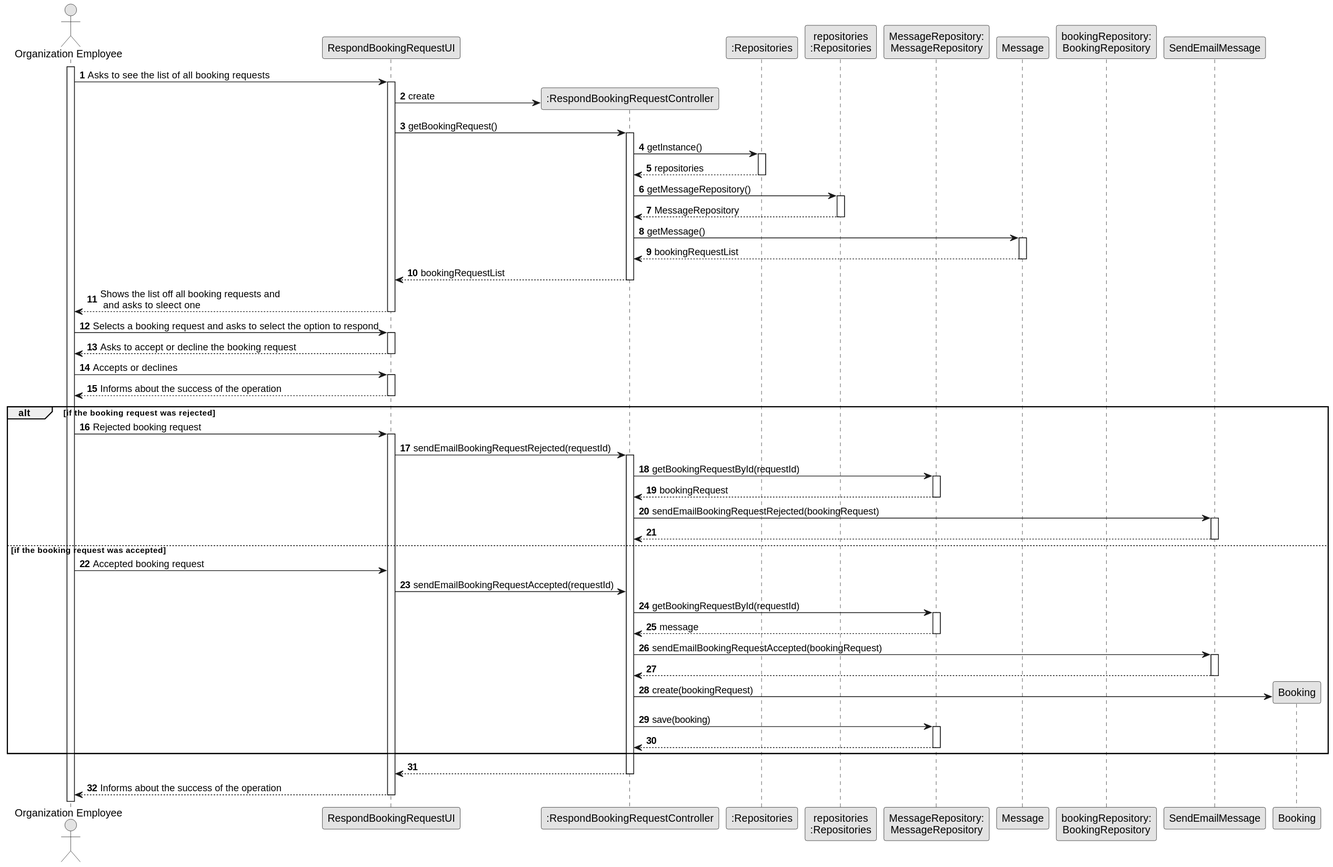
The PlantUML diagram docs/sprintD/us016/03.design/svg/us016-sequence-diagram-full.svg in 1220812/LAPR2, before a commit.
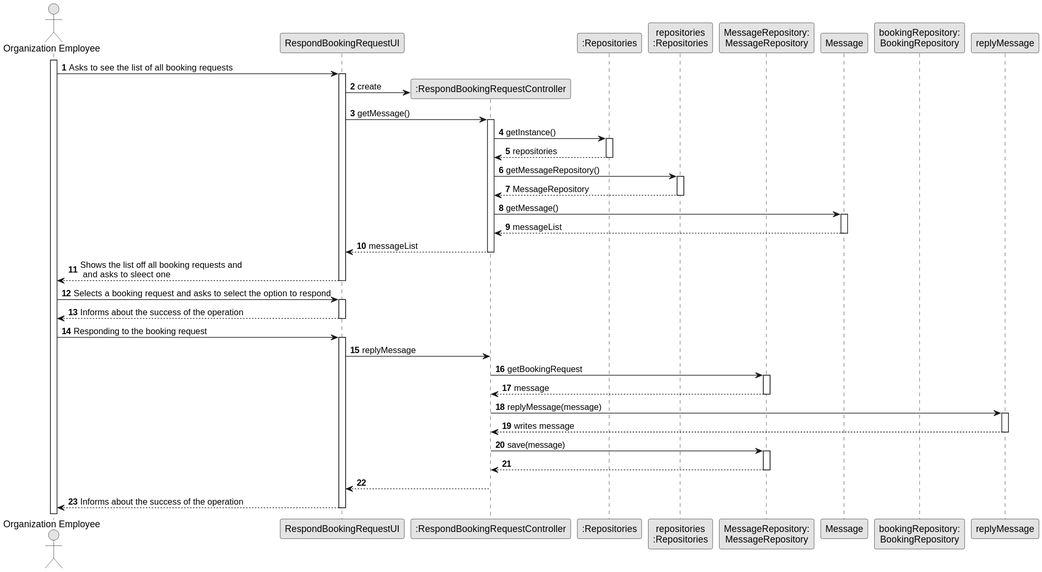
Above is the later version.

Diff of the diagram source:
```diff
@@ -22,7 +22,7 @@
 
             UI -> CTRL** : create
 
-            UI -> CTRL : getBookingRequest()
+            UI -> CTRL : getMessage()
             activate CTRL
 
                 CTRL -> RepositorySingleton : getInstance()
@@ -40,10 +40,10 @@
                 CTRL -> Message : getMessage()
                 activate Message
 
-                   Message --> CTRL : bookingRequestList
+                   Message --> CTRL : messageList
                 deactivate Message
 
-                CTRL --> UI : bookingRequestList
+                CTRL --> UI : messageList
             deactivate CTRL
 
             UI --> ADM : Shows the list off all booking requests and \n and asks to sleect one
@@ -52,60 +52,19 @@
     ADM -> UI : Selects a booking request and asks to select the option to respond
     activate UI
 
-        UI --> ADM : Asks to accept or decline the booking request
-    deactivate UI
-
-    ADM -> UI : Accepts or declines
-    activate UI
 
     UI --> ADM : Informs about the success of the operation
 
     deactivate UI
 
-    alt if the booking request was rejected
+
+    ADM -> UI : Responding to the booking request
+    activate UI
 
 
+       UI -> CTRL : replyMessage
 
-
-   ADM -> UI : Rejected booking request
-
-   activate UI
-
-   UI -> CTRL : sendEmailBookingRequestRejected(requestId)
-
-
-
-   activate CTRL
-
-   CTRL -> MessageRepository: getBookingRequestById(requestId)
-
-   activate MessageRepository
-
-   MessageRepository --> CTRL : bookingRequest
-
-   deactivate MessageRepository
-
-
-   CTRL -> SendEmailMessage : sendEmailBookingRequestRejected(bookingRequest)
-
-
-   activate SendEmailMessage
-
-   SendEmailMessage --> CTRL :
-
-
-
-   deactivate SendEmailMessage
-
-    else if the booking request was accepted
-
-    ADM -> UI : Accepted booking request
-
-
-
-       UI -> CTRL : sendEmailBookingRequestAccepted(requestId)
-
-      CTRL -> MessageRepository: getBookingRequestById(requestId)
+      CTRL -> MessageRepository: getBookingRequest
 
        activate MessageRepository
 
@@ -114,27 +73,22 @@
        deactivate MessageRepository
 
 
-    CTRL -> SendEmailMessage : sendEmailBookingRequestAccepted(bookingRequest)
+    CTRL -> replyMessage : replyMessage(message)
 
-    activate SendEmailMessage
+    activate replyMessage
 
-    SendEmailMessage --> CTRL :
+    replyMessage --> CTRL : writes message
 
-    deactivate SendEmailMessage
+    deactivate replyMessage
 
-    CTRL -> Booking** : create(bookingRequest)
 
-    CTRL -> MessageRepository : save(booking)
+    CTRL -> MessageRepository : save(message)
 
     activate MessageRepository
 
     MessageRepository --> CTRL :
 
     deactivate MessageRepository
-
-
-
-    end
 
     CTRL --> UI:
 
```
